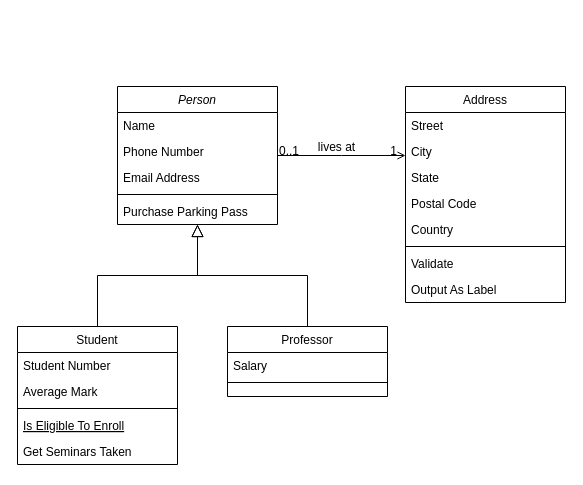
Above: classes diagrams/Untitled Diagram.drawio in Zhiar43/falcon (draw.io), before the change. Source tidied: cells renumbered, new cells numbered last; positions are measured from the earlier drawing's top-left corner, leaving out a move shared by most shapes. Both pictures are drawn from the tidied source at 100%, with x=0, y=0 at pixel (17, 86).
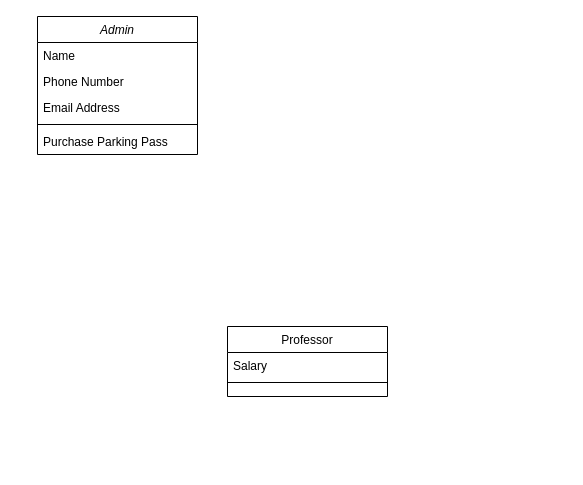
After the change.

Commit message:
fist diagram falcon.drawio

Unchanged cells that the change refers to:
```xml
<mxCell id="15" value="Professor" style="swimlane;fontStyle=0;align=center;verticalAlign=top;horizontal=1;startSize=26;rounded=0;shadow=0;strokeWidth=1;" parent="1" vertex="1">
  <mxGeometry x="210" y="240" width="160" height="70" as="geometry" />
</mxCell>
```

The edit, as a diff of the source:
```diff
@@
-    <mxCell id="2" value="Person" style="swimlane;fontStyle=2;align=center;verticalAlign=top;horizontal=1;startSize=26;rounded=0;shadow=0;strokeWidth=1;" parent="1" vertex="1">
-      <mxGeometry x="100" width="160" height="138" as="geometry" />
+    <mxCell id="2" value="Admin" style="swimlane;fontStyle=2;align=center;verticalAlign=top;horizontal=1;startSize=26;rounded=0;shadow=0;strokeWidth=1;" parent="1" vertex="1">
+      <mxGeometry x="20" y="-70" width="160" height="138" as="geometry" />
     </mxCell>
@@
-    <mxCell id="8" value="Student" style="swimlane;fontStyle=0;align=center;verticalAlign=top;horizontal=1;startSize=26;rounded=0;shadow=0;strokeWidth=1;" parent="1" vertex="1">
-      <mxGeometry y="240" width="160" height="138" as="geometry" />
-    </mxCell>
-    <mxCell id="9" value="Student Number" style="text;align=left;verticalAlign=top;spacingLeft=4;spacingRight=4;overflow=hidden;" parent="8" vertex="1">
-      <mxGeometry y="26" width="160" height="26" as="geometry" />
-    </mxCell>
-    <mxCell id="10" value="Average Mark" style="text;align=left;verticalAlign=top;spacingLeft=4;spacingRight=4;overflow=hidden;rounded=0;shadow=0;html=0;" parent="8" vertex="1">
-      <mxGeometry y="52" width="160" height="26" as="geometry" />
-    </mxCell>
-    <mxCell id="11" style="line;html=1;strokeWidth=1;align=left;verticalAlign=middle;spacingTop=-1;spacingLeft=3;spacingRight=3;labelPosition=right;" parent="8" vertex="1">
-      <mxGeometry y="78" width="160" height="8" as="geometry" />
-    </mxCell>
-    <mxCell id="12" value="Is Eligible To Enroll" style="text;align=left;verticalAlign=top;spacingLeft=4;spacingRight=4;overflow=hidden;fontStyle=4;" parent="8" vertex="1">
-      <mxGeometry y="86" width="160" height="26" as="geometry" />
-    </mxCell>
-    <mxCell id="13" value="Get Seminars Taken" style="text;align=left;verticalAlign=top;spacingLeft=4;spacingRight=4;overflow=hidden;" parent="8" vertex="1">
-      <mxGeometry y="112" width="160" height="26" as="geometry" />
-    </mxCell>
-    <mxCell id="14" style="endArrow=block;endSize=10;endFill=0;shadow=0;strokeWidth=1;rounded=0;edgeStyle=elbowEdgeStyle;elbow=vertical;" parent="1" edge="1" source="8" target="2">
-      <mxGeometry relative="1" as="geometry" />
-    </mxCell>
@@
-    <mxCell id="18" style="endArrow=block;endSize=10;endFill=0;shadow=0;strokeWidth=1;rounded=0;edgeStyle=elbowEdgeStyle;elbow=vertical;" parent="1" edge="1" source="15" target="2">
-      <mxGeometry relative="1" as="geometry" />
-    </mxCell>
-    <mxCell id="19" value="Address" style="swimlane;fontStyle=0;align=center;verticalAlign=top;horizontal=1;startSize=26;rounded=0;shadow=0;strokeWidth=1;" parent="1" vertex="1">
-      <mxGeometry x="388" width="160" height="216" as="geometry" />
-    </mxCell>
-    <mxCell id="20" value="Street" style="text;align=left;verticalAlign=top;spacingLeft=4;spacingRight=4;overflow=hidden;" parent="19" vertex="1">
-      <mxGeometry y="26" width="160" height="26" as="geometry" />
-    </mxCell>
-    <mxCell id="21" value="City" style="text;align=left;verticalAlign=top;spacingLeft=4;spacingRight=4;overflow=hidden;rounded=0;shadow=0;html=0;" parent="19" vertex="1">
-      <mxGeometry y="52" width="160" height="26" as="geometry" />
-    </mxCell>
-    <mxCell id="22" value="State" style="text;align=left;verticalAlign=top;spacingLeft=4;spacingRight=4;overflow=hidden;rounded=0;shadow=0;html=0;" parent="19" vertex="1">
-      <mxGeometry y="78" width="160" height="26" as="geometry" />
-    </mxCell>
-    <mxCell id="23" value="Postal Code" style="text;align=left;verticalAlign=top;spacingLeft=4;spacingRight=4;overflow=hidden;rounded=0;shadow=0;html=0;" parent="19" vertex="1">
-      <mxGeometry y="104" width="160" height="26" as="geometry" />
-    </mxCell>
-    <mxCell id="24" value="Country" style="text;align=left;verticalAlign=top;spacingLeft=4;spacingRight=4;overflow=hidden;rounded=0;shadow=0;html=0;" parent="19" vertex="1">
-      <mxGeometry y="130" width="160" height="26" as="geometry" />
-    </mxCell>
-    <mxCell id="25" style="line;html=1;strokeWidth=1;align=left;verticalAlign=middle;spacingTop=-1;spacingLeft=3;spacingRight=3;labelPosition=right;" parent="19" vertex="1">
-      <mxGeometry y="156" width="160" height="8" as="geometry" />
-    </mxCell>
-    <mxCell id="26" value="Validate" style="text;align=left;verticalAlign=top;spacingLeft=4;spacingRight=4;overflow=hidden;" parent="19" vertex="1">
-      <mxGeometry y="164" width="160" height="26" as="geometry" />
-    </mxCell>
-    <mxCell id="27" value="Output As Label" style="text;align=left;verticalAlign=top;spacingLeft=4;spacingRight=4;overflow=hidden;" parent="19" vertex="1">
-      <mxGeometry y="190" width="160" height="26" as="geometry" />
-    </mxCell>
-    <mxCell id="28" style="endArrow=open;shadow=0;strokeWidth=1;rounded=0;endFill=1;edgeStyle=elbowEdgeStyle;elbow=vertical;" parent="1" edge="1" source="2" target="19">
-      <mxGeometry x="0.5" y="41" relative="1" as="geometry">
-        <mxPoint x="-40" y="32" as="offset" />
-      </mxGeometry>
-    </mxCell>
-    <mxCell id="29" value="0..1" style="align=left;verticalAlign=bottom;labelBackgroundColor=none;fontSize=12;" parent="28" vertex="1">
-      <mxGeometry x="-1" relative="1" as="geometry">
-        <mxPoint y="4" as="offset" />
-      </mxGeometry>
-    </mxCell>
-    <mxCell id="30" value="1" style="align=right;verticalAlign=bottom;labelBackgroundColor=none;fontSize=12;" parent="28" vertex="1">
-      <mxGeometry x="1" relative="1" as="geometry">
-        <mxPoint x="-7" y="4" as="offset" />
-      </mxGeometry>
-    </mxCell>
-    <mxCell id="31" value="lives at" style="text;html=1;align=center;verticalAlign=middle;labelBackgroundColor=none;rounded=0;shadow=0;strokeWidth=1;fontSize=12;" parent="28" vertex="1">
-      <mxGeometry x="0.5" y="49" relative="1" as="geometry">
-        <mxPoint x="-38" y="40" as="offset" />
-      </mxGeometry>
-    </mxCell>
```
